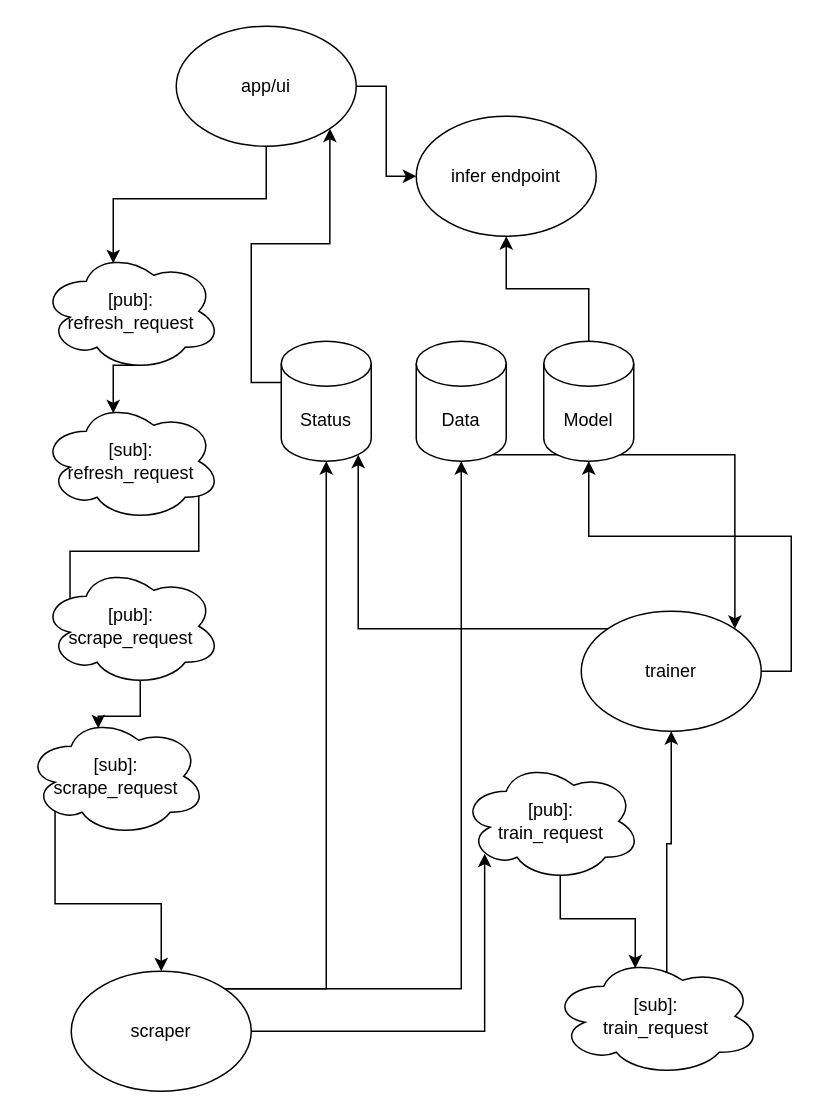
The draw.io diagram Architecture.drawio in tianle91/astroturf, before the edit. Source tidied: cells renumbered, new cells numbered last; positions are measured from the earlier drawing's top-left corner, leaving out a move shared by most shapes. Both pictures are drawn from the tidied source at 150%, with x=0, y=0 at pixel (26, 26).
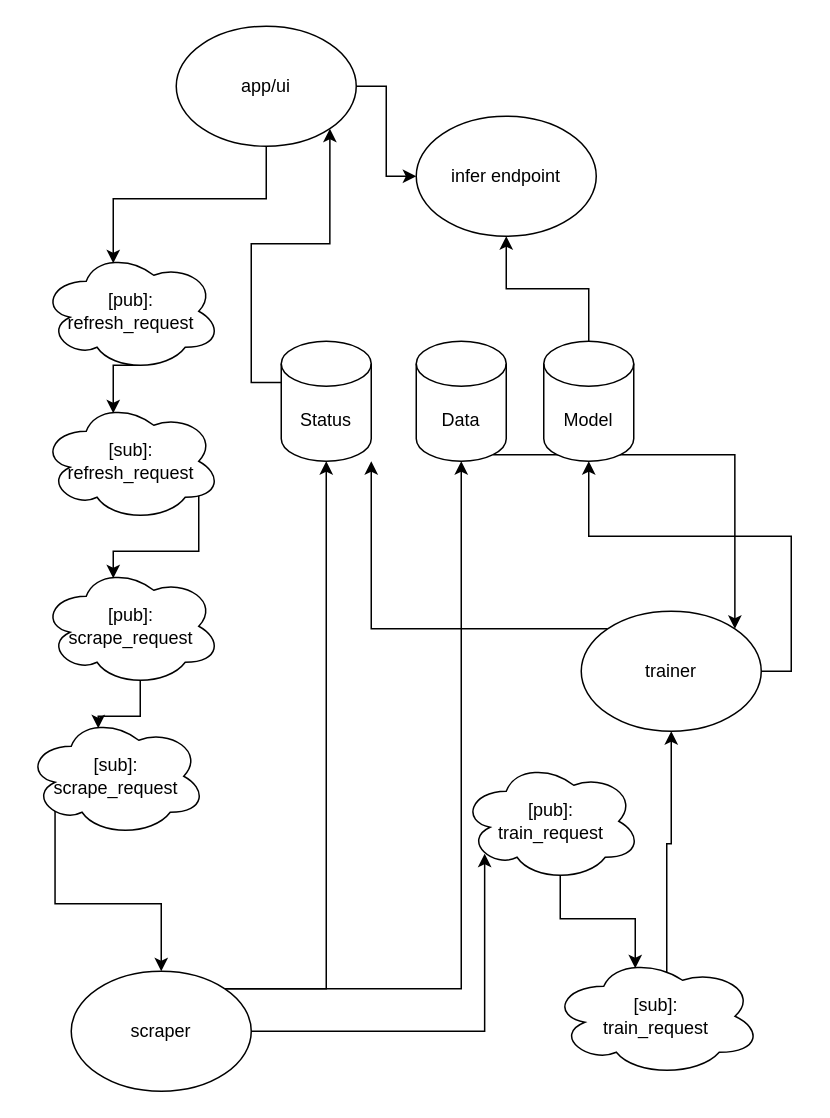
After the change.

The change refers to these unchanged cells:
```xml
<mxCell id="3" value="Status" style="shape=cylinder3;whiteSpace=wrap;html=1;boundedLbl=1;backgroundOutline=1;size=15;" parent="1" vertex="1">
  <mxGeometry x="170" y="210" width="60" height="80" as="geometry" />
</mxCell>
<mxCell id="11" value="[sub]: &lt;br&gt;refresh_request" style="ellipse;shape=cloud;whiteSpace=wrap;html=1;" parent="1" vertex="1">
  <mxGeometry x="10" y="250" width="120" height="80" as="geometry" />
</mxCell>
<mxCell id="13" value="[pub]: &lt;br&gt;scrape_request" style="ellipse;shape=cloud;whiteSpace=wrap;html=1;" parent="1" vertex="1">
  <mxGeometry x="10" y="360" width="120" height="80" as="geometry" />
</mxCell>
<mxCell id="30" value="trainer" style="ellipse;whiteSpace=wrap;html=1;" parent="1" vertex="1">
  <mxGeometry x="370" y="390" width="120" height="80" as="geometry" />
</mxCell>
```

What changed in the source:
```diff
@@
-    <mxCell id="10" style="edgeStyle=orthogonalEdgeStyle;rounded=0;jettySize=auto;html=1;exitX=0.875;exitY=0.5;exitDx=0;exitDy=0;exitPerimeter=0;entryX=0.16;entryY=0.55;entryDx=0;entryDy=0;entryPerimeter=0;" parent="1" edge="1" source="11" target="13">
+    <mxCell id="10" style="edgeStyle=orthogonalEdgeStyle;rounded=0;jettySize=auto;html=1;exitX=0.875;exitY=0.5;exitDx=0;exitDy=0;exitPerimeter=0;entryX=0.4;entryY=0.1;entryDx=0;entryDy=0;entryPerimeter=0;" parent="1" edge="1" source="11" target="13">
       <mxGeometry relative="1" as="geometry" />
     </mxCell>
@@
-    <mxCell id="29" style="edgeStyle=orthogonalEdgeStyle;rounded=0;jettySize=auto;html=1;exitX=0;exitY=0;exitDx=0;exitDy=0;entryX=0.855;entryY=1;entryDx=0;entryDy=-4.35;entryPerimeter=0;" parent="1" edge="1" source="30" target="3">
+    <mxCell id="29" style="edgeStyle=orthogonalEdgeStyle;rounded=0;jettySize=auto;html=1;exitX=0;exitY=0;exitDx=0;exitDy=0;entryX=1;entryY=1;entryDx=0;entryDy=0;" parent="1" edge="1" source="30" target="3">
       <mxGeometry relative="1" as="geometry" />
     </mxCell>
```
